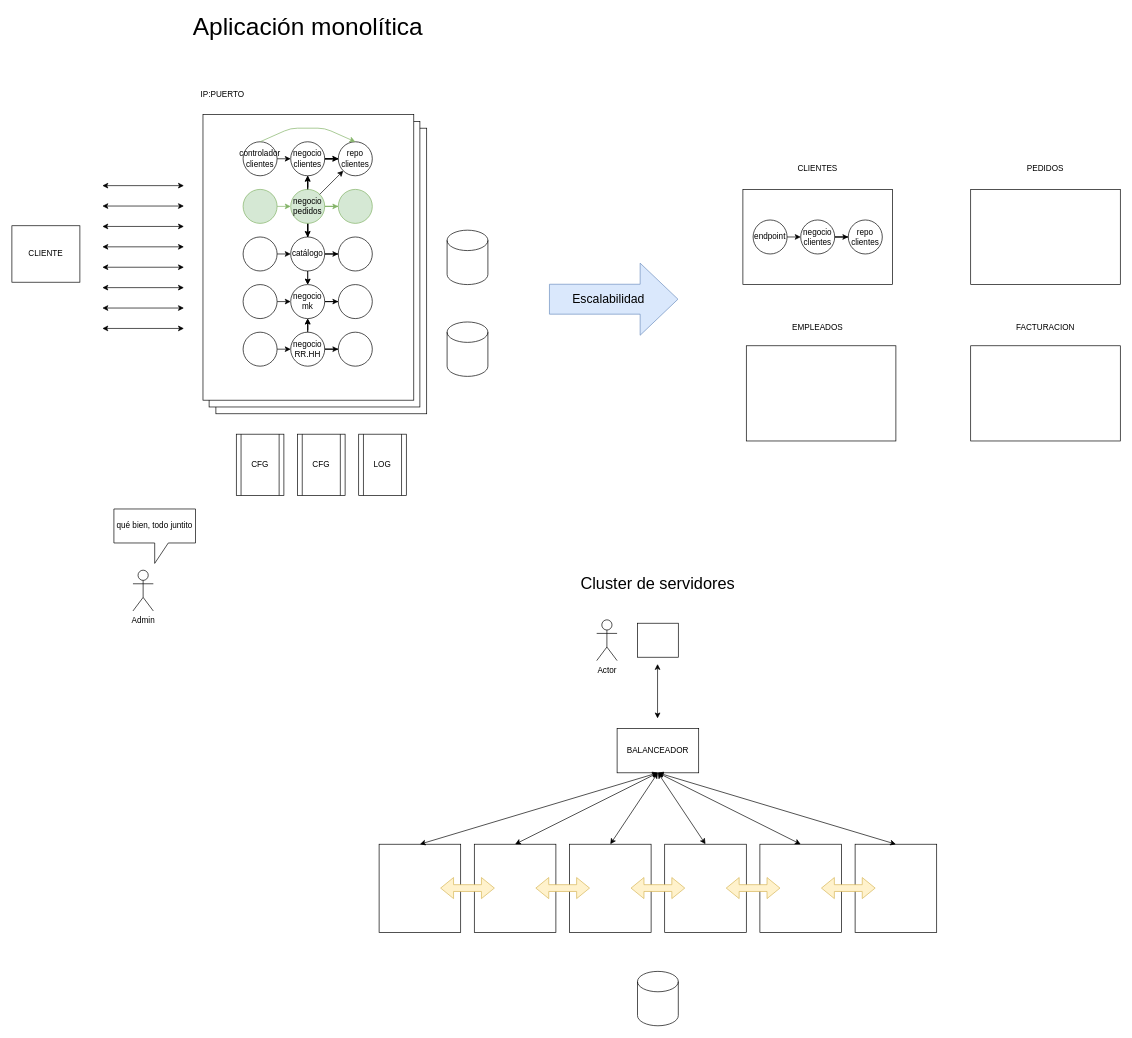
This is page "Página-10" (10 of 43) of patrones_2022_7.drawio from lrag/Patrones, a draw.io file, before an edit. Source tidied: cells renumbered, new cells numbered last; positions are measured from the earlier drawing's top-left corner, leaving out a move shared by most shapes. Both pictures are drawn from the tidied source at 68%, with x=0, y=0 at pixel (12, 19).
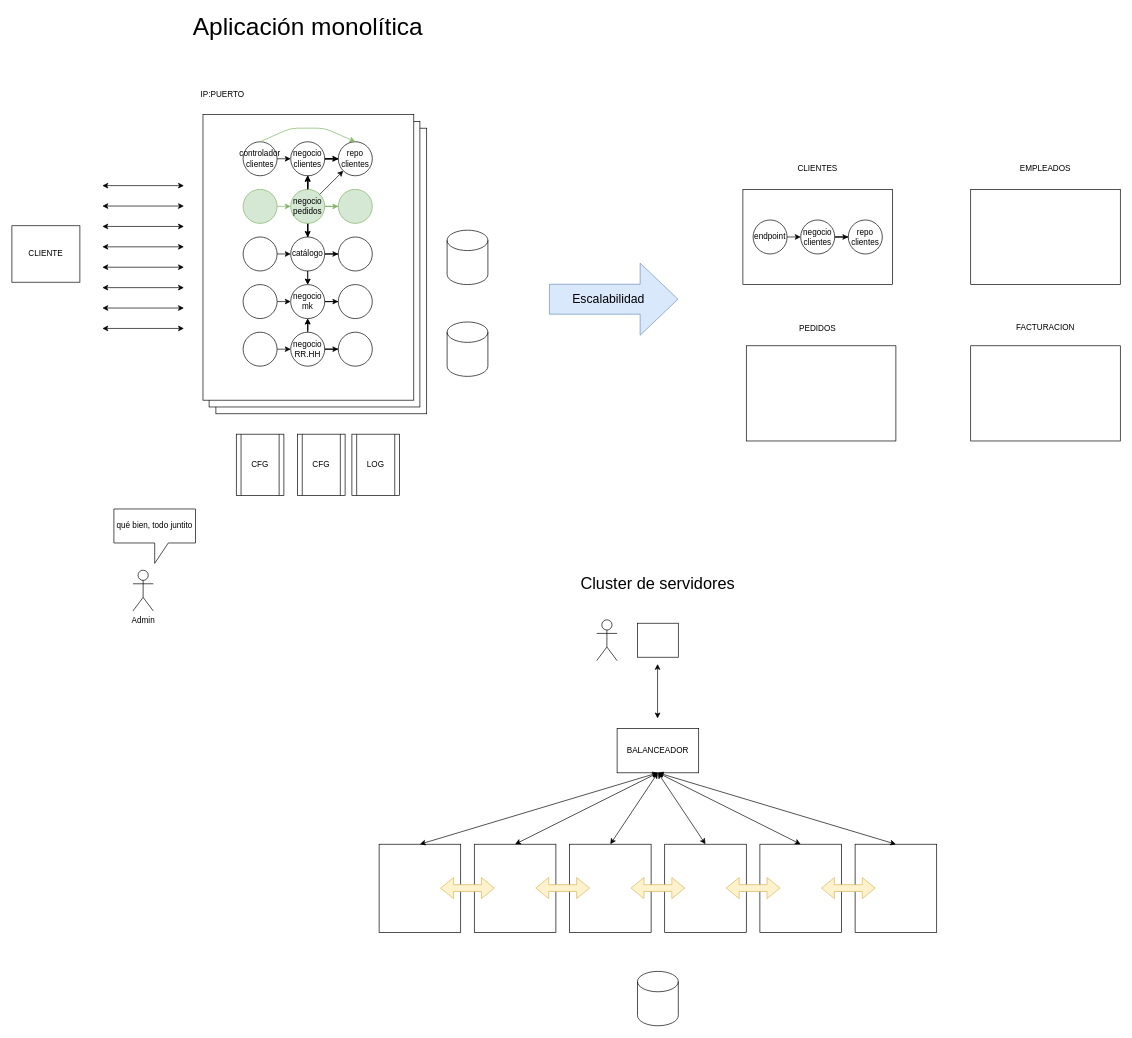
The same page after the edit.

Unchanged cells that the change refers to:
```xml
<mxCell id="10" value="negocio&lt;br&gt;clientes" style="ellipse;whiteSpace=wrap;html=1;" parent="1" vertex="1">
  <mxGeometry x="410" y="180" width="50" height="50" as="geometry" />
</mxCell>
<mxCell id="19" value="negocio&lt;br&gt;pedidos" style="ellipse;whiteSpace=wrap;html=1;fillColor=#d5e8d4;strokeColor=#82b366;" parent="1" vertex="1">
  <mxGeometry x="410" y="250" width="50" height="50" as="geometry" />
</mxCell>
```

Diff of the diagram source:
```diff
@@
+    <mxCell id="97" style="edgeStyle=orthogonalEdgeStyle;rounded=0;jettySize=auto;html=1;" parent="1" edge="1" source="19" target="10">
+      <mxGeometry relative="1" as="geometry" />
+    </mxCell>
@@
     <mxCell id="50" value="LOG" style="shape=process;whiteSpace=wrap;html=1;backgroundOutline=1;fillColor=none;" parent="1" vertex="1">
-      <mxGeometry x="510" y="610" width="70" height="90" as="geometry" />
+      <mxGeometry x="500" y="610" width="70" height="90" as="geometry" />
     </mxCell>
@@
-    <mxCell id="65" value="Actor" style="shape=umlActor;verticalLabelPosition=bottom;verticalAlign=top;html=1;fillColor=#ffffff;" parent="1" vertex="1">
+    <mxCell id="65" style="shape=umlActor;verticalLabelPosition=bottom;verticalAlign=top;html=1;fillColor=#ffffff;" parent="1" vertex="1">
       <mxGeometry x="860" y="883" width="30" height="60" as="geometry" />
     </mxCell>
@@
     <mxCell id="84" value="PEDIDOS" style="text;html=1;strokeColor=none;fillColor=none;align=center;verticalAlign=middle;whiteSpace=wrap;rounded=0;" parent="1" vertex="1">
-      <mxGeometry x="1500" y="210" width="40" height="20" as="geometry" />
+      <mxGeometry x="1165" y="445" width="40" height="20" as="geometry" />
     </mxCell>
     <mxCell id="85" value="EMPLEADOS" style="text;html=1;strokeColor=none;fillColor=none;align=center;verticalAlign=middle;whiteSpace=wrap;rounded=0;" parent="1" vertex="1">
-      <mxGeometry x="1165" y="444" width="40" height="20" as="geometry" />
+      <mxGeometry x="1500" y="210" width="40" height="20" as="geometry" />
     </mxCell>
```
